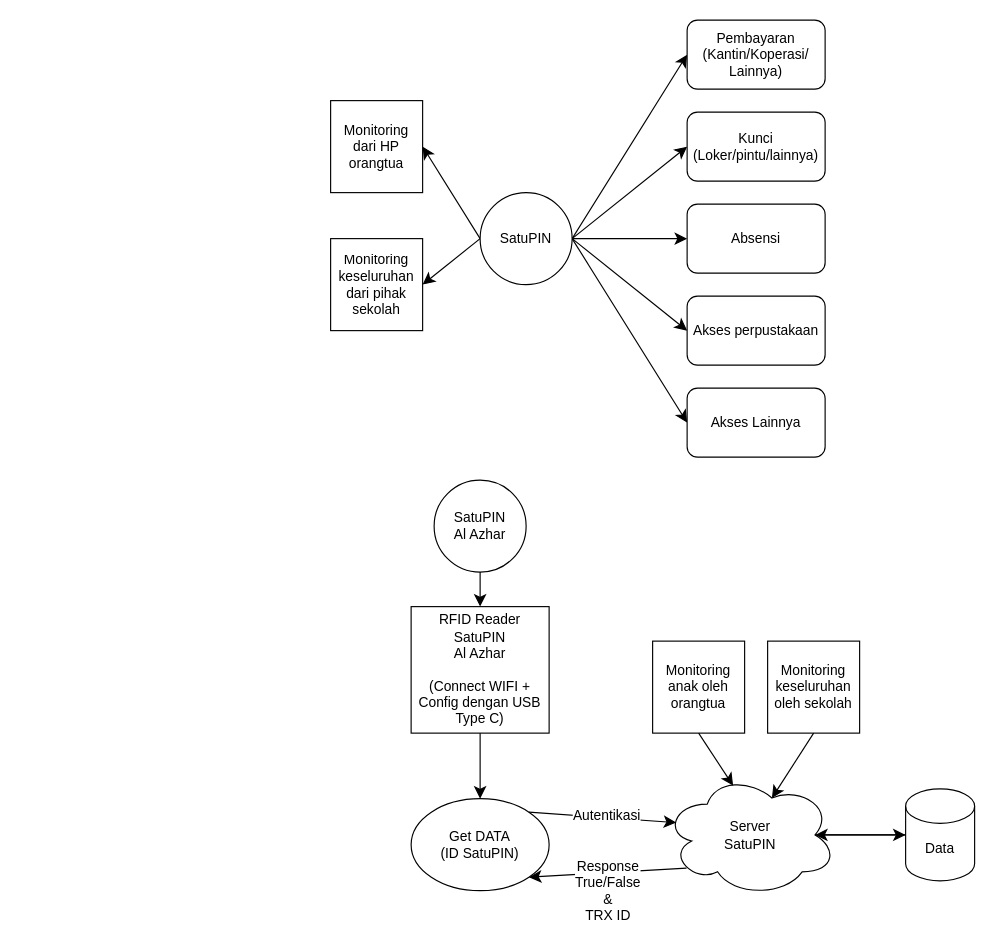
The draw.io diagram page "SatuPIN" (1 of 2) of Plans.drawio in rizkiaryandi/assets, before the edit. Source tidied: cells renumbered, new cells numbered last; positions are measured from the earlier drawing's top-left corner, leaving out a move shared by most shapes. Both pictures are drawn from the tidied source at 115%, with x=0, y=0 at pixel (330, 20).
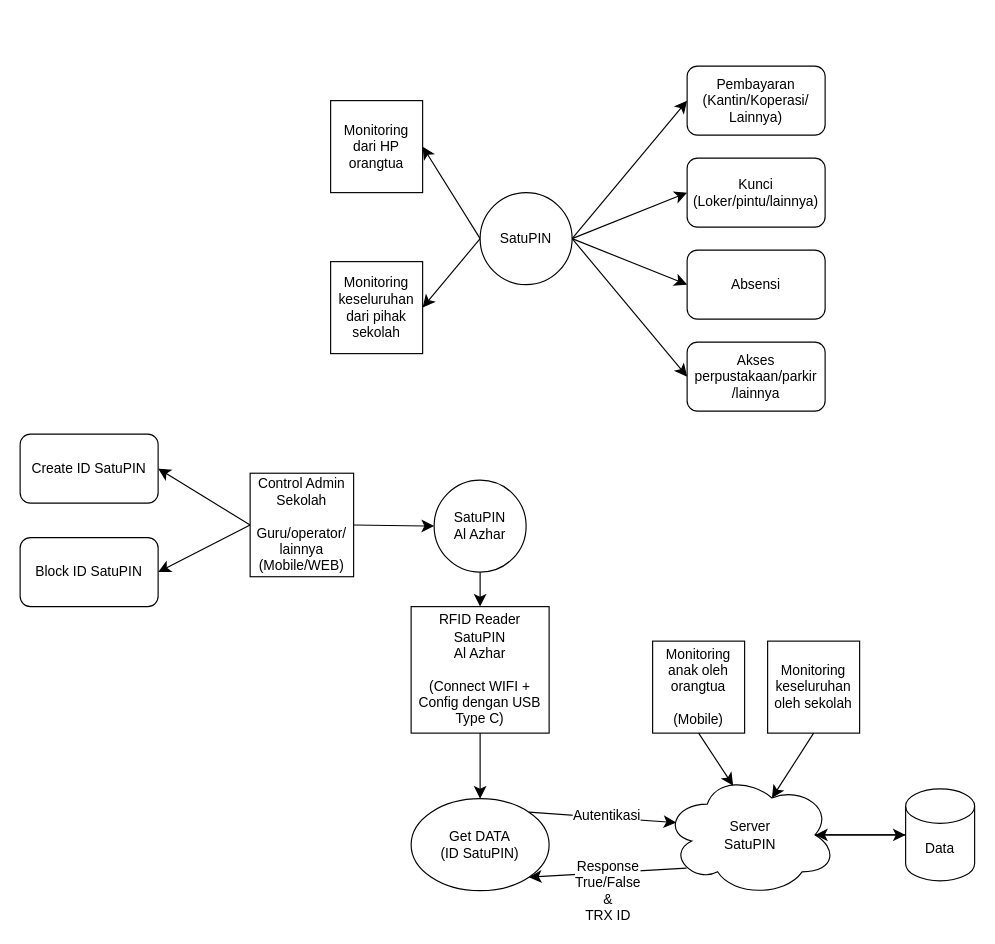
After the change.

Unchanged cells that the change refers to:
```xml
<mxCell id="9" value="SatuPIN" style="ellipse;whiteSpace=wrap;html=1;" parent="1" vertex="1">
  <mxGeometry x="130" y="150" width="80" height="80" as="geometry" />
</mxCell>
<mxCell id="25" value="SatuPIN&lt;div&gt;Al Azhar&lt;/div&gt;" style="ellipse;whiteSpace=wrap;html=1;" parent="1" vertex="1">
  <mxGeometry x="90" y="400" width="80" height="80" as="geometry" />
</mxCell>
```

Change to the diagram source:
```diff
@@
-    <mxCell id="6" style="edgeStyle=none;curved=1;rounded=0;jettySize=auto;html=1;exitX=1;exitY=0.5;exitDx=0;exitDy=0;entryX=0;entryY=0.5;entryDx=0;entryDy=0;fontSize=12;startSize=8;endSize=8;" parent="1" edge="1" source="9" target="14">
-      <mxGeometry relative="1" as="geometry" />
-    </mxCell>
@@
     <mxCell id="10" value="Pembayaran&lt;div&gt;(Kantin/Koperasi/&lt;/div&gt;&lt;div&gt;Lainnya)&lt;/div&gt;" style="rounded=1;whiteSpace=wrap;html=1;" parent="1" vertex="1">
-      <mxGeometry x="310" width="120" height="60" as="geometry" />
+      <mxGeometry x="310" y="40" width="120" height="60" as="geometry" />
     </mxCell>
     <mxCell id="11" value="Kunci (Loker/pintu/lainnya)" style="rounded=1;whiteSpace=wrap;html=1;" parent="1" vertex="1">
-      <mxGeometry x="310" y="80" width="120" height="60" as="geometry" />
+      <mxGeometry x="310" y="120" width="120" height="60" as="geometry" />
     </mxCell>
     <mxCell id="12" value="Absensi" style="rounded=1;whiteSpace=wrap;html=1;" parent="1" vertex="1">
-      <mxGeometry x="310" y="160" width="120" height="60" as="geometry" />
+      <mxGeometry x="310" y="200" width="120" height="60" as="geometry" />
     </mxCell>
-    <mxCell id="13" value="Akses perpustakaan" style="rounded=1;whiteSpace=wrap;html=1;" parent="1" vertex="1">
-      <mxGeometry x="310" y="240" width="120" height="60" as="geometry" />
+    <mxCell id="13" value="Akses perpustakaan/parkir&lt;div&gt;/lainnya&lt;/div&gt;" style="rounded=1;whiteSpace=wrap;html=1;" parent="1" vertex="1">
+      <mxGeometry x="310" y="280" width="120" height="60" as="geometry" />
     </mxCell>
-    <mxCell id="14" value="Akses Lainnya" style="rounded=1;whiteSpace=wrap;html=1;" parent="1" vertex="1">
-      <mxGeometry x="310" y="320" width="120" height="60" as="geometry" />
-    </mxCell>
@@
     <mxCell id="18" value="Monitoring keseluruhan dari pihak sekolah" style="whiteSpace=wrap;html=1;" parent="1" vertex="1">
-      <mxGeometry y="190" width="80" height="80" as="geometry" />
+      <mxGeometry y="210" width="80" height="80" as="geometry" />
     </mxCell>
@@
-    <mxCell id="30" value="Monitoring anak oleh orangtua" style="whiteSpace=wrap;html=1;" parent="1" vertex="1">
+    <mxCell id="30" value="Monitoring anak oleh orangtua&lt;div&gt;&lt;br&gt;&lt;/div&gt;&lt;div&gt;(Mobile)&lt;/div&gt;" style="whiteSpace=wrap;html=1;" parent="1" vertex="1">
       <mxGeometry x="280" y="540" width="80" height="80" as="geometry" />
     </mxCell>
@@
+    <mxCell id="34" style="edgeStyle=none;curved=1;rounded=0;jettySize=auto;html=1;exitX=1;exitY=0.5;exitDx=0;exitDy=0;fontSize=12;startSize=8;endSize=8;entryX=0;entryY=0.5;entryDx=0;entryDy=0;" parent="1" edge="1" source="37" target="25">
+      <mxGeometry relative="1" as="geometry" />
+    </mxCell>
+    <mxCell id="35" style="edgeStyle=none;curved=1;rounded=0;jettySize=auto;html=1;exitX=0;exitY=0.5;exitDx=0;exitDy=0;entryX=1;entryY=0.5;entryDx=0;entryDy=0;fontSize=12;startSize=8;endSize=8;" parent="1" edge="1" source="37" target="38">
+      <mxGeometry relative="1" as="geometry" />
+    </mxCell>
+    <mxCell id="36" style="edgeStyle=none;curved=1;rounded=0;jettySize=auto;html=1;exitX=0;exitY=0.5;exitDx=0;exitDy=0;entryX=1;entryY=0.5;entryDx=0;entryDy=0;fontSize=12;startSize=8;endSize=8;" parent="1" edge="1" source="37" target="39">
+      <mxGeometry relative="1" as="geometry" />
+    </mxCell>
+    <mxCell id="37" value="Control Admin Sekolah&lt;div&gt;&lt;br&gt;&lt;/div&gt;&lt;div&gt;&lt;div&gt;Guru/operator/&lt;/div&gt;&lt;div&gt;lainnya&lt;/div&gt;&lt;div&gt;(Mobile/WEB)&lt;/div&gt;&lt;/div&gt;" style="whiteSpace=wrap;html=1;" parent="1" vertex="1">
+      <mxGeometry x="-70" y="394" width="90" height="90" as="geometry" />
+    </mxCell>
+    <mxCell id="38" value="Create ID SatuPIN" style="rounded=1;whiteSpace=wrap;html=1;" parent="1" vertex="1">
+      <mxGeometry x="-270" y="360" width="120" height="60" as="geometry" />
+    </mxCell>
+    <mxCell id="39" value="Block ID SatuPIN" style="rounded=1;whiteSpace=wrap;html=1;" parent="1" vertex="1">
+      <mxGeometry x="-270" y="450" width="120" height="60" as="geometry" />
+    </mxCell>
```
